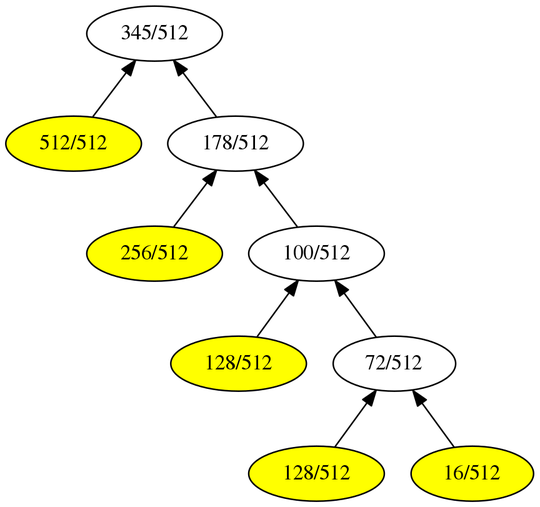
Earlier version of the Graphviz export GuiTool/image/Remia/RemiaDot.png (iitramar/guiTool). Its source is kept beside it as GuiTool/image/Remia/RemiaDot.dot.
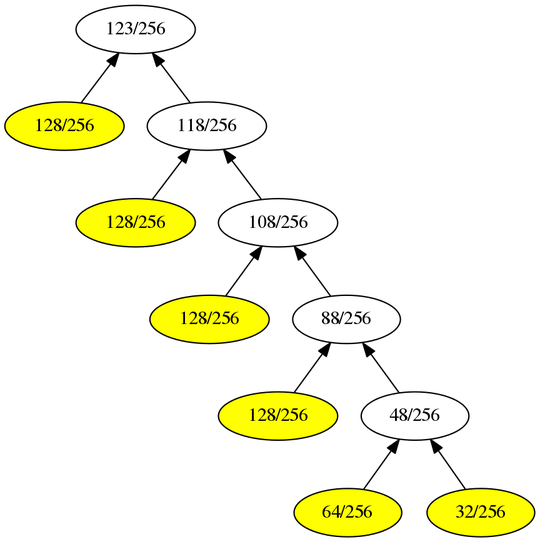
Above is the later version.

Diff of the diagram source:
```diff
@@ -1,25 +1,30 @@
 digraph G {
 rankdir = BT;
-1[label= " 345/512 " ];
-2[label= " 512/512 " ];
+1[label= " 123/256 " ];
+2[label= " 128/256 " ];
 2->1
-3[label= " 178/512 " ];
+3[label= " 118/256 " ];
 3->1
 2[style=filled, fillcolor=yellow];
-6[label= " 256/512 " ];
+6[label= " 128/256 " ];
 6->3
-7[label= " 100/512 " ];
+7[label= " 108/256 " ];
 7->3
 6[style=filled, fillcolor=yellow];
-14[label= " 128/512 " ];
+14[label= " 128/256 " ];
 14->7
-15[label= " 72/512 " ];
+15[label= " 88/256 " ];
 15->7
 14[style=filled, fillcolor=yellow];
-30[label= " 128/512 " ];
+30[label= " 128/256 " ];
 30->15
-31[label= " 16/512 " ];
+31[label= " 48/256 " ];
 31->15
 30[style=filled, fillcolor=yellow];
-31[style=filled, fillcolor=yellow];
+62[label= " 64/256 " ];
+62->31
+63[label= " 32/256 " ];
+63->31
+62[style=filled, fillcolor=yellow];
+63[style=filled, fillcolor=yellow];
 }
```
